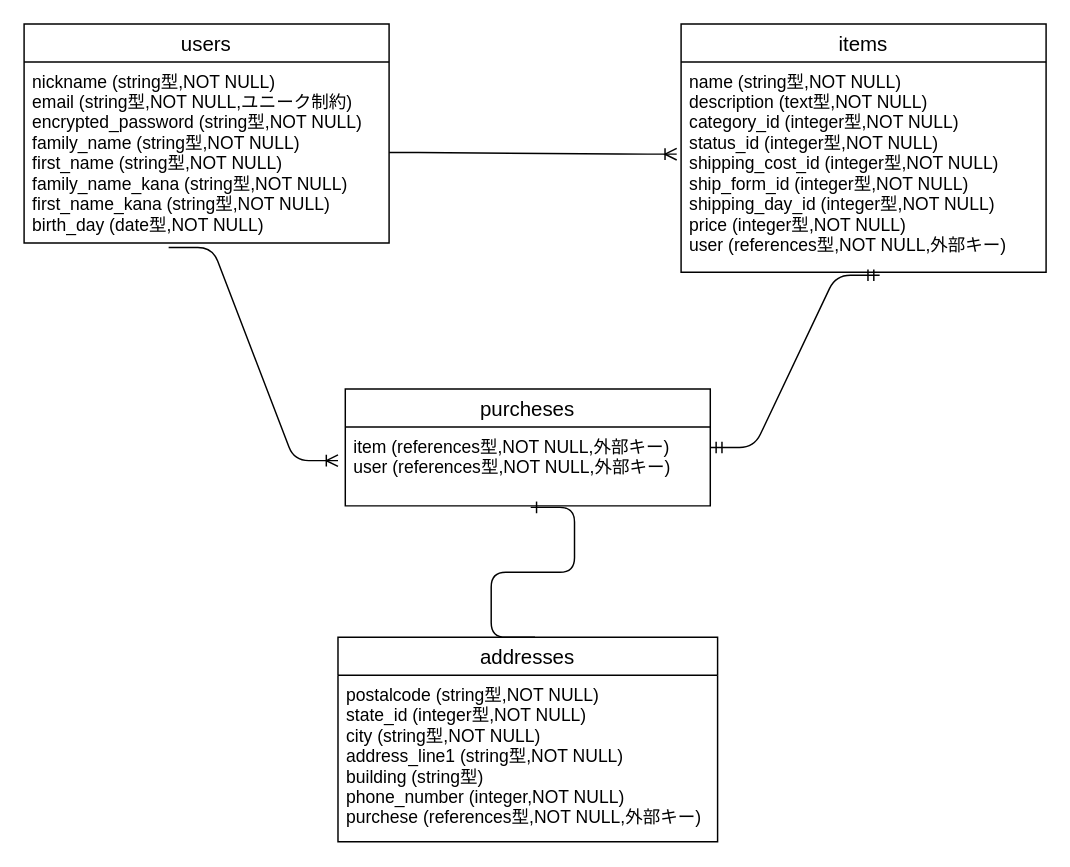
Before: furima-er.dio in takashiusami0131/furima-38810, a draw.io diagram. Source tidied: cells renumbered, new cells numbered last; positions are measured from the earlier drawing's top-left corner, leaving out a move shared by most shapes. Both pictures are drawn from the tidied source at 146%, with x=0, y=0 at pixel (23, 23).
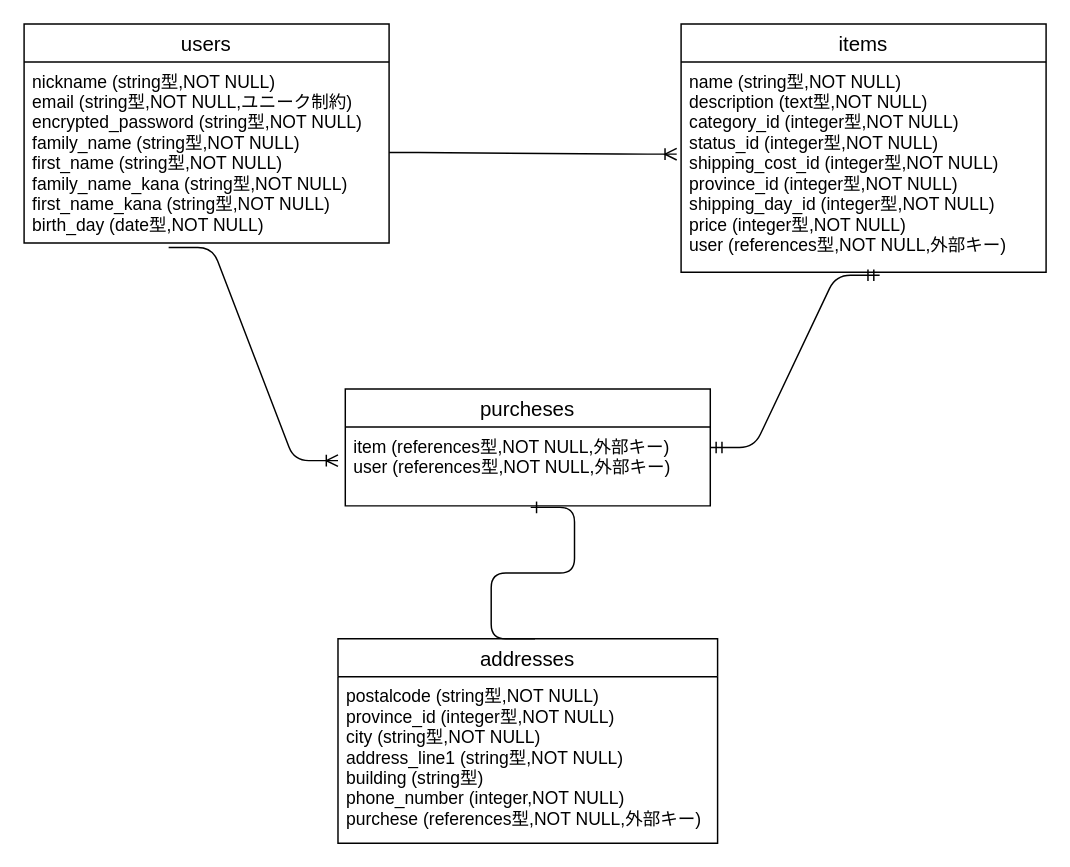
After the change.

Change to the diagram source:
```diff
@@
-<mxGraphModel>
+<mxGraphModel background="#ffffff">
   <root>
     <mxCell id="0" />
     <mxCell id="1" parent="0" />
     <mxCell id="2" value="users" style="swimlane;fontStyle=0;horizontal=1;startSize=26;align=center;fontSize=14;" parent="1" vertex="1">
       <mxGeometry width="250" height="150" as="geometry" />
     </mxCell>
     <mxCell id="3" value="nickname (string型,NOT NULL)&#10;email (string型,NOT NULL,ユニーク制約)&#10;encrypted_password (string型,NOT NULL)&#10;family_name (string型,NOT NULL)&#10;first_name (string型,NOT NULL)&#10;family_name_kana (string型,NOT NULL)&#10;first_name_kana (string型,NOT NULL)&#10;birth_day (date型,NOT NULL)" style="text;strokeColor=none;fillColor=none;spacingLeft=4;spacingRight=4;overflow=hidden;points=[[0,0.5],[1,0.5]];portConstraint=eastwest;fontSize=12;" parent="2" vertex="1">
       <mxGeometry y="26" width="250" height="124" as="geometry" />
     </mxCell>
     <mxCell id="4" value="items" style="swimlane;fontStyle=0;horizontal=1;startSize=26;align=center;fontSize=14;" parent="1" vertex="1">
       <mxGeometry x="450" width="250" height="170" as="geometry" />
     </mxCell>
-    <mxCell id="5" value="name (string型,NOT NULL)&#10;description (text型,NOT NULL)&#10;category_id (integer型,NOT NULL)&#10;status_id (integer型,NOT NULL)&#10;shipping_cost_id (integer型,NOT NULL)&#10;ship_form_id (integer型,NOT NULL)&#10;shipping_day_id (integer型,NOT NULL)&#10;price (integer型,NOT NULL)&#10;user (references型,NOT NULL,外部キー)" style="text;strokeColor=none;fillColor=none;spacingLeft=4;spacingRight=4;overflow=hidden;points=[[0,0.5],[1,0.5]];portConstraint=eastwest;fontSize=12;" parent="4" vertex="1">
+    <mxCell id="5" value="name (string型,NOT NULL)&#10;description (text型,NOT NULL)&#10;category_id (integer型,NOT NULL)&#10;status_id (integer型,NOT NULL)&#10;shipping_cost_id (integer型,NOT NULL)&#10;province_id (integer型,NOT NULL)&#10;shipping_day_id (integer型,NOT NULL)&#10;price (integer型,NOT NULL)&#10;user (references型,NOT NULL,外部キー)" style="text;strokeColor=none;fillColor=none;spacingLeft=4;spacingRight=4;overflow=hidden;points=[[0,0.5],[1,0.5]];portConstraint=eastwest;fontSize=12;" parent="4" vertex="1">
       <mxGeometry y="26" width="250" height="144" as="geometry" />
     </mxCell>
     <mxCell id="6" style="edgeStyle=entityRelationEdgeStyle;fontSize=12;html=1;endArrow=ERoneToMany;exitX=1;exitY=0.5;exitDx=0;exitDy=0;entryX=-0.012;entryY=0.438;entryDx=0;entryDy=0;entryPerimeter=0;" parent="1" edge="1" source="3" target="5">
       <mxGeometry relative="1" as="geometry" />
     </mxCell>
     <mxCell id="7" value="purcheses" style="swimlane;fontStyle=0;horizontal=1;startSize=26;align=center;fontSize=14;labelBackgroundColor=none;" parent="1" vertex="1">
       <mxGeometry x="220" y="250" width="250" height="80" as="geometry" />
     </mxCell>
     <mxCell id="8" value="item (references型,NOT NULL,外部キー)&#10;user (references型,NOT NULL,外部キー)" style="text;strokeColor=none;fillColor=none;spacingLeft=4;spacingRight=4;overflow=hidden;points=[[0,0.5],[1,0.5]];portConstraint=eastwest;fontSize=12;" parent="7" vertex="1">
       <mxGeometry y="26" width="250" height="54" as="geometry" />
     </mxCell>
     <mxCell id="9" style="edgeStyle=entityRelationEdgeStyle;fontSize=12;html=1;endArrow=ERmandOne;startArrow=ERmandOne;entryX=0.544;entryY=1.014;entryDx=0;entryDy=0;entryPerimeter=0;" parent="1" edge="1" target="5">
       <mxGeometry relative="1" as="geometry">
         <mxPoint x="470" y="290" as="sourcePoint" />
       </mxGeometry>
     </mxCell>
     <mxCell id="10" value="addresses" style="swimlane;fontStyle=0;horizontal=1;startSize=26;align=center;fontSize=14;" parent="1" vertex="1">
-      <mxGeometry x="215" y="420" width="260" height="140" as="geometry" />
+      <mxGeometry x="215" y="421" width="260" height="140" as="geometry" />
     </mxCell>
-    <mxCell id="11" value="postalcode (string型,NOT NULL)&#10;state_id (integer型,NOT NULL)&#10;city (string型,NOT NULL)&#10;address_line1 (string型,NOT NULL)&#10;building (string型)&#10;phone_number (integer,NOT NULL)&#10;purchese (references型,NOT NULL,外部キー)" style="text;strokeColor=none;fillColor=none;spacingLeft=4;spacingRight=4;overflow=hidden;fontSize=12;" parent="10" vertex="1">
+    <mxCell id="11" value="postalcode (string型,NOT NULL)&#10;province_id (integer型,NOT NULL)&#10;city (string型,NOT NULL)&#10;address_line1 (string型,NOT NULL)&#10;building (string型)&#10;phone_number (integer,NOT NULL)&#10;purchese (references型,NOT NULL,外部キー)" style="text;strokeColor=none;fillColor=none;spacingLeft=4;spacingRight=4;overflow=hidden;fontSize=12;" parent="10" vertex="1">
       <mxGeometry y="26" width="260" height="114" as="geometry" />
     </mxCell>
     <mxCell id="12" style="edgeStyle=entityRelationEdgeStyle;fontSize=12;html=1;endArrow=ERoneToMany;entryX=-0.02;entryY=0.426;entryDx=0;entryDy=0;entryPerimeter=0;exitX=0.396;exitY=1.024;exitDx=0;exitDy=0;exitPerimeter=0;" parent="1" edge="1" source="3" target="8">
       <mxGeometry relative="1" as="geometry" />
     </mxCell>
     <mxCell id="13" style="edgeStyle=entityRelationEdgeStyle;fontSize=12;html=1;endArrow=ERone;endFill=1;exitX=0.519;exitY=0;exitDx=0;exitDy=0;exitPerimeter=0;entryX=0.508;entryY=1.019;entryDx=0;entryDy=0;entryPerimeter=0;" parent="1" edge="1" source="10" target="8">
       <mxGeometry relative="1" as="geometry" />
     </mxCell>
   </root>
 </mxGraphModel>
```
